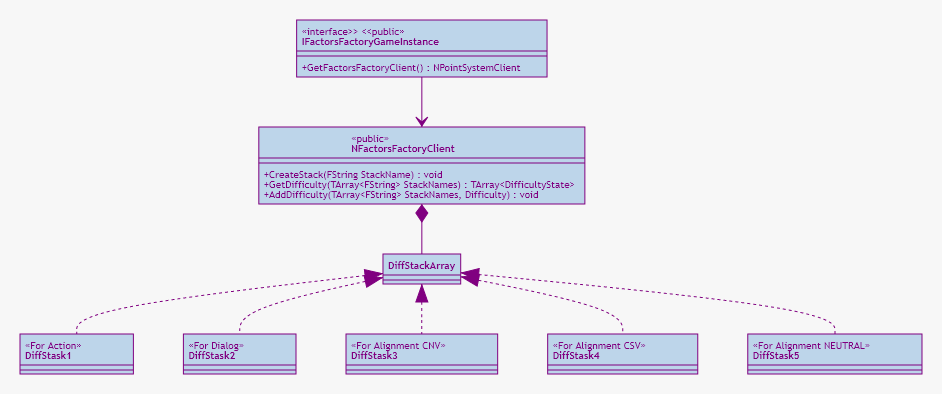
The Mermaid diagram Docs/Core/mermaid/client.png in NansPellicari/UE4-FactorsFactory, before a commit. Its source is kept beside it as Docs/Core/mermaid/client.mmd.
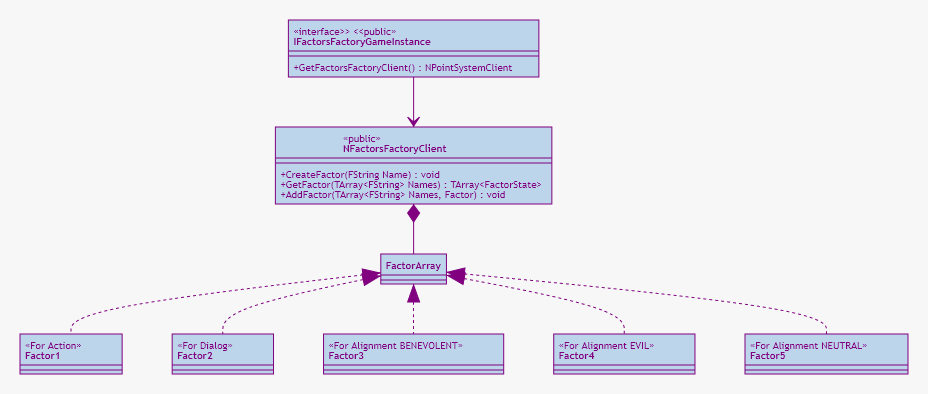
After the change.

What changed in the source:
```diff
@@ -1,25 +1,25 @@
 classDiagram
 IFactorsFactoryGameInstance --> NFactorsFactoryClient
-NFactorsFactoryClient *-- FactorStackArray
-FactorStackArray <|.. FactorStask1
-FactorStackArray <|.. FactorStask2
-FactorStackArray <|.. FactorStask3
-FactorStackArray <|.. FactorStask4
-FactorStackArray <|.. FactorStask5
+NFactorsFactoryClient *-- FactorArray
+FactorArray <|.. Factor1
+FactorArray <|.. Factor2
+FactorArray <|.. Factor3
+FactorArray <|.. Factor4
+FactorArray <|.. Factor5
 
-class FactorStask1 {
+class Factor1 {
     &lt;&lt;For Action&gt;&gt;
 }
-class FactorStask2 {
+class Factor2 {
     &lt;&lt;For Dialog&gt;&gt;
 }
-class FactorStask3 {
-    &lt;&lt;For Alignment CNV&gt;&gt;
+class Factor3 {
+    &lt;&lt;For Alignment BENEVOLENT&gt;&gt;
 }
-class FactorStask4 {
-    &lt;&lt;For Alignment CSV&gt;&gt;
+class Factor4 {
+    &lt;&lt;For Alignment EVIL&gt;&gt;
 }
-class FactorStask5 {
+class Factor5 {
     &lt;&lt;For Alignment NEUTRAL&gt;&gt;
 }
 
@@ -30,7 +30,7 @@
 
 class NFactorsFactoryClient {
     &lt;&lt;public&gt;&gt;
-    +CreateStack(FString StackName) void
-    +GetFactor(TArray&lt;FString&gt; StackNames) TArray&lt;FactorState&gt;
-    +AddFactor(TArray&lt;FString&gt; StackNames, Factor) void
+    +CreateFactor(FString Name) void
+    +GetFactor(TArray&lt;FString&gt; Names) TArray&lt;FactorState&gt;
+    +AddFactor(TArray&lt;FString&gt; Names, Factor) void
 }
```
